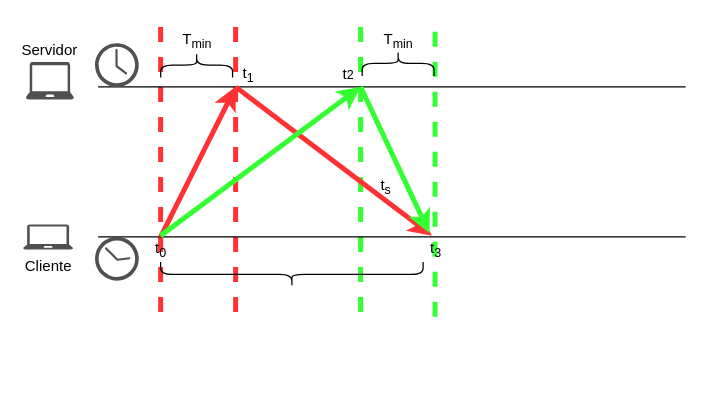
This is page "error" (3 of 3) of docs/drawings/algo_cristian.drawio from lasarojc/ds_notes, a draw.io file, before an edit. Source tidied: cells renumbered, new cells numbered last; positions are measured from the earlier drawing's top-left corner, leaving out a move shared by most shapes. Both pictures are drawn from the tidied source at 125%, with x=0, y=0 at pixel (22, 24).
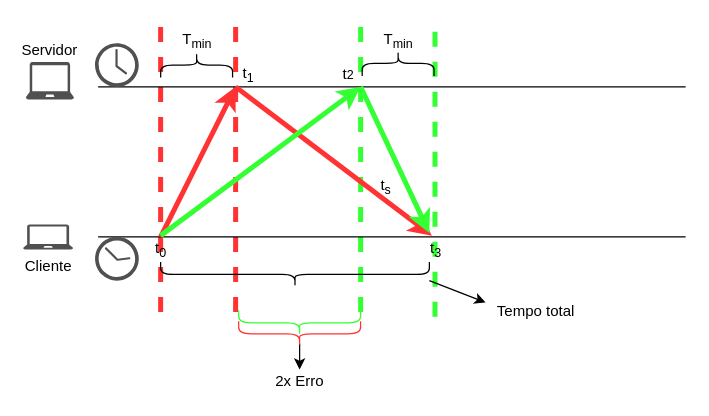
The same page after the edit.

Diff of the diagram source:
```diff
@@
+    <mxCell id="26" style="rounded=0;jettySize=auto;html=1;exitX=0.25;exitY=1;exitDx=0;exitDy=0;entryX=0;entryY=0.125;entryDx=0;entryDy=0;entryPerimeter=0;" parent="1" edge="1" source="19" target="27">
+      <mxGeometry relative="1" as="geometry" />
+    </mxCell>
     <mxCell id="19" style="shape=curlyBracket;whiteSpace=wrap;html=1;rounded=1;labelBackgroundColor=none;fontSize=12;rotation=-90;" parent="1" vertex="1">
-      <mxGeometry x="205" y="95" width="20" height="210" as="geometry" />
+      <mxGeometry x="207.5" y="92.5" width="20" height="215" as="geometry" />
     </mxCell>
@@
+    <mxCell id="27" value="Tempo total" style="text;html=1;align=center;verticalAlign=middle;points=[];" parent="1" vertex="1">
+      <mxGeometry x="370" y="220" width="80" height="20" as="geometry" />
+    </mxCell>
+    <mxCell id="28" style="edgeStyle=none;rounded=0;jettySize=auto;html=1;exitX=0.1;exitY=0.5;exitDx=0;exitDy=0;exitPerimeter=0;" parent="1" edge="1" source="29" target="30">
+      <mxGeometry relative="1" as="geometry" />
+    </mxCell>
+    <mxCell id="29" style="shape=curlyBracket;whiteSpace=wrap;html=1;rounded=1;labelBackgroundColor=none;fontSize=12;rotation=-90;strokeColor=#FF3333;" parent="1" vertex="1">
+      <mxGeometry x="211.2" y="198.8" width="20" height="97.5" as="geometry" />
+    </mxCell>
+    <mxCell id="30" value="2x Erro" style="text;html=1;align=center;verticalAlign=middle;points=[];" parent="1" vertex="1">
+      <mxGeometry x="196.2" y="276.2" width="50" height="20" as="geometry" />
+    </mxCell>
+    <mxCell id="31" style="shape=curlyBracket;whiteSpace=wrap;html=1;rounded=1;labelBackgroundColor=none;fontSize=12;rotation=-90;strokeColor=#33FF33;" parent="1" vertex="1">
+      <mxGeometry x="211.2" y="190" width="20" height="97.5" as="geometry" />
+    </mxCell>
```
